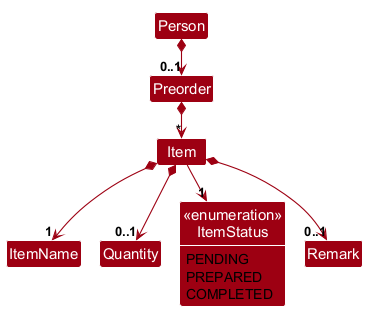
This is dg139/PreorderClassDiagram.png from Shir0-Kage/tp, a PlantUML export, as it was before one commit.
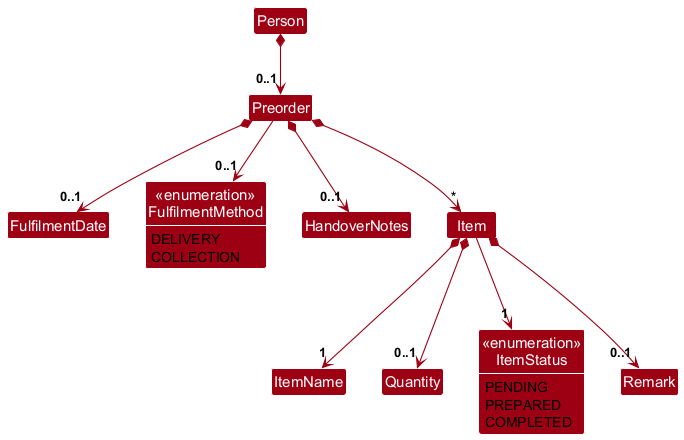
Above is the later version.

Diff of the diagram source:
```diff
@@ -1,5 +1,4 @@
 @startuml
-!pragma layout smetana
 !include style.puml
 skinparam arrowThickness 1.1
 skinparam arrowColor MODEL_COLOR
@@ -7,6 +6,12 @@
 
 Class Person
 Class Preorder
+Class FulfilmentDate
+Class "<<enumeration>>\nFulfilmentMethod" as FulfilmentMethod {
+DELIVERY
+COLLECTION
+}
+Class HandoverNotes
 Class Item
 Class ItemName
 Class Quantity
@@ -16,15 +21,22 @@
 PREPARED
 COMPLETED
 }
+show FulfilmentMethod fields
 show ItemStatus fields
 
 Person *--> "0..1" Preorder
+Preorder *--> "0..1" FulfilmentDate
+Preorder --> "0..1" FulfilmentMethod
+Preorder *--> "0..1" HandoverNotes
 Preorder *--> "*" Item
 Item *--> "1" ItemName
 Item *--> "0..1" Quantity
 Item --> "1" ItemStatus
 Item *--> "0..1" Remark
 
+FulfilmentDate -[hidden]right-> FulfilmentMethod
+FulfilmentMethod -[hidden]right-> HandoverNotes
+HandoverNotes -[hidden]right-> Item
 ItemName -[hidden]right-> Quantity
 Quantity -[hidden]right-> ItemStatus
 ItemStatus -[hidden]right-> Remark
```
